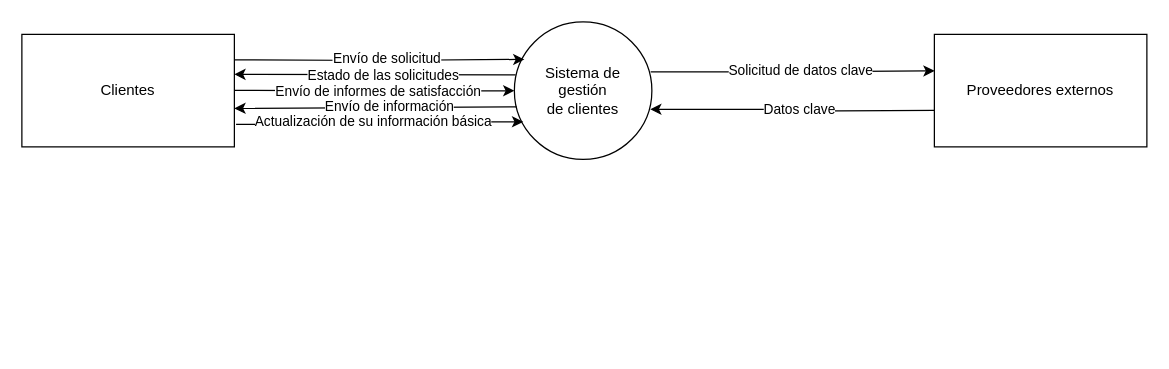
This is IngenieríaDeSoftware/Práctica 2 Actividad 2/DFDnivel0.drawio from aloantony/TrabajosEnGrupoGII-DalilaTony, a draw.io file, before an edit. Source tidied: cells renumbered, new cells numbered last; positions are measured from the earlier drawing's top-left corner, leaving out a move shared by most shapes. Both pictures are drawn from the tidied source at 125%, with x=0, y=0 at pixel (21, 21).
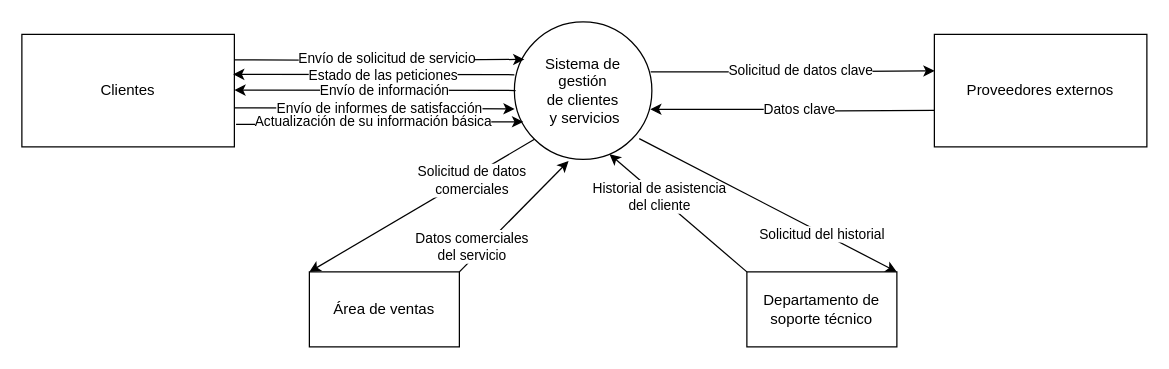
Above is the later version.

Unchanged cells that the change refers to:
```xml
<mxCell id="5" value="Clientes" style="rounded=0;whiteSpace=wrap;html=1;" parent="1" vertex="1">
  <mxGeometry y="10" width="170" height="90" as="geometry" />
</mxCell>
<mxCell id="10" style="edgeStyle=orthogonalEdgeStyle;rounded=0;orthogonalLoop=1;jettySize=auto;html=1;exitX=1.011;exitY=0.204;exitDx=0;exitDy=0;exitPerimeter=0;" parent="1" edge="1">
  <mxGeometry relative="1" as="geometry">
    <mxPoint x="170" y="30.4" as="sourcePoint" />
    <mxPoint x="402" y="30" as="targetPoint" />
  </mxGeometry>
</mxCell>
```

Change to the diagram source:
```diff
@@
-    <mxCell id="2" value="&lt;div&gt;Sistema de &lt;br&gt;&lt;/div&gt;&lt;div&gt;gestión&lt;/div&gt;&lt;div&gt;de clientes&lt;br&gt;&lt;/div&gt;" style="ellipse;whiteSpace=wrap;html=1;" parent="1" vertex="1">
+    <mxCell id="2" value="&lt;div&gt;Sistema de &lt;br&gt;&lt;/div&gt;&lt;div&gt;gestión&lt;/div&gt;&lt;div&gt;de clientes&lt;br&gt;&lt;/div&gt;&amp;nbsp;y servicios" style="ellipse;whiteSpace=wrap;html=1;" parent="1" vertex="1">
       <mxGeometry x="394" width="110" height="110" as="geometry" />
     </mxCell>
-    <mxCell id="3" style="edgeStyle=orthogonalEdgeStyle;rounded=0;orthogonalLoop=1;jettySize=auto;html=1;entryX=-0.005;entryY=0.549;entryDx=0;entryDy=0;entryPerimeter=0;" parent="1" edge="1">
-      <mxGeometry relative="1" as="geometry">
-        <mxPoint x="160.6" y="54.7" as="sourcePoint" />
-        <mxPoint x="394" y="55.1" as="targetPoint" />
-      </mxGeometry>
+    <mxCell id="3" style="edgeStyle=orthogonalEdgeStyle;rounded=0;jettySize=auto;html=1;entryX=0.002;entryY=0.633;entryDx=0;entryDy=0;entryPerimeter=0;exitX=1;exitY=0.654;exitDx=0;exitDy=0;exitPerimeter=0;" parent="1" edge="1" source="5" target="2">
+      <mxGeometry relative="1" as="geometry" />
     </mxCell>
     <mxCell id="4" value="Envío de informes de satisfacción" style="edgeLabel;html=1;align=center;verticalAlign=middle;" parent="3" vertex="1">
       <mxGeometry x="-0.26" y="-2" relative="1" as="geometry">
-        <mxPoint x="37" y="-2" as="offset" />
+        <mxPoint x="33" y="-2" as="offset" />
       </mxGeometry>
     </mxCell>
@@
-    <mxCell id="11" value="Envío de solicitud" style="edgeLabel;html=1;align=center;verticalAlign=middle;" parent="10" vertex="1">
+    <mxCell id="11" value="Envío de solicitud de servicio" style="edgeLabel;html=1;align=center;verticalAlign=middle;" parent="10" vertex="1">
       <mxGeometry x="-0.14" y="2" relative="1" as="geometry">
         <mxPoint x="21" as="offset" />
       </mxGeometry>
     </mxCell>
-    <mxCell id="12" style="endArrow=classic;html=1;rounded=0;exitX=0.009;exitY=0.385;exitDx=0;exitDy=0;exitPerimeter=0;" parent="1" edge="1" source="2">
+    <mxCell id="12" style="endArrow=classic;html=1;rounded=0;exitX=0.009;exitY=0.385;exitDx=0;exitDy=0;exitPerimeter=0;" parent="1" edge="1">
       <mxGeometry relative="1" as="geometry">
-        <mxPoint x="170" y="42" as="targetPoint" />
+        <mxPoint x="394" y="42.3" as="sourcePoint" />
+        <mxPoint x="169" y="42" as="targetPoint" />
       </mxGeometry>
     </mxCell>
-    <mxCell id="13" value="Estado de las solicitudes" style="edgeLabel;html=1;align=center;verticalAlign=middle;" parent="12" vertex="1">
+    <mxCell id="13" value="Estado de las peticiones" style="edgeLabel;html=1;align=center;verticalAlign=middle;" parent="12" vertex="1">
       <mxGeometry x="-0.12" relative="1" as="geometry">
         <mxPoint x="-7" as="offset" />
       </mxGeometry>
     </mxCell>
-    <mxCell id="14" style="endArrow=classic;html=1;rounded=0;exitX=0.016;exitY=0.618;exitDx=0;exitDy=0;exitPerimeter=0;entryX=1;entryY=0.658;entryDx=0;entryDy=0;entryPerimeter=0;" parent="1" edge="1" source="2" target="5">
-      <mxGeometry relative="1" as="geometry" />
-    </mxCell>
-    <mxCell id="15" value="Envío de información" style="edgeLabel;html=1;align=center;verticalAlign=middle;" parent="14" vertex="1">
-      <mxGeometry x="-0.1" y="-1" relative="1" as="geometry" />
-    </mxCell>
@@
+    <mxCell id="19" value="Área de ventas" style="rounded=0;whiteSpace=wrap;html=1;" parent="1" vertex="1">
+      <mxGeometry x="230" y="200" width="120" height="60" as="geometry" />
+    </mxCell>
+    <mxCell id="20" value="&lt;div&gt;Departamento de &lt;br&gt;&lt;/div&gt;&lt;div&gt;soporte técnico&lt;br&gt;&lt;/div&gt;" style="rounded=0;whiteSpace=wrap;html=1;" parent="1" vertex="1">
+      <mxGeometry x="580" y="200" width="120" height="60" as="geometry" />
+    </mxCell>
+    <mxCell id="21" style="endArrow=classic;html=1;rounded=0;entryX=0.394;entryY=1.012;entryDx=0;entryDy=0;entryPerimeter=0;exitX=1;exitY=0;exitDx=0;exitDy=0;" parent="1" edge="1" source="19" target="2">
+      <mxGeometry relative="1" as="geometry" />
+    </mxCell>
+    <mxCell id="22" value="&lt;div&gt;Datos comerciales&lt;/div&gt;&lt;div&gt;del servicio&lt;br&gt;&lt;/div&gt;" style="edgeLabel;html=1;align=center;verticalAlign=middle;" parent="21" vertex="1">
+      <mxGeometry x="0.01" y="2" relative="1" as="geometry">
+        <mxPoint x="-33" y="26" as="offset" />
+      </mxGeometry>
+    </mxCell>
+    <mxCell id="23" style="endArrow=classic;html=1;rounded=0;exitX=0;exitY=0;exitDx=0;exitDy=0;entryX=0.692;entryY=0.962;entryDx=0;entryDy=0;entryPerimeter=0;" parent="1" edge="1" source="20" target="2">
+      <mxGeometry relative="1" as="geometry" />
+    </mxCell>
+    <mxCell id="24" value="&lt;div&gt;Historial de asistencia&lt;/div&gt;&lt;div&gt;del cliente&lt;br&gt;&lt;/div&gt;" style="edgeLabel;html=1;align=center;verticalAlign=middle;" parent="23" vertex="1">
+      <mxGeometry x="-0.03" relative="1" as="geometry">
+        <mxPoint x="-17" y="-15" as="offset" />
+      </mxGeometry>
+    </mxCell>
+    <mxCell id="25" style="endArrow=classic;html=1;rounded=0;exitX=0;exitY=1;exitDx=0;exitDy=0;entryX=0;entryY=0;entryDx=0;entryDy=0;" parent="1" edge="1" source="2" target="19">
+      <mxGeometry relative="1" as="geometry" />
+    </mxCell>
+    <mxCell id="26" value="&lt;div&gt;Solicitud de datos&lt;/div&gt;&lt;div&gt;comerciales&lt;br&gt;&lt;/div&gt;" style="edgeLabel;html=1;align=center;verticalAlign=middle;" parent="25" vertex="1">
+      <mxGeometry x="-0.43" y="2" relative="1" as="geometry" />
+    </mxCell>
+    <mxCell id="27" style="endArrow=classic;html=1;rounded=0;exitX=0.908;exitY=0.849;exitDx=0;exitDy=0;entryX=1;entryY=0;entryDx=0;entryDy=0;exitPerimeter=0;" parent="1" edge="1" source="2" target="20">
+      <mxGeometry relative="1" as="geometry" />
+    </mxCell>
+    <mxCell id="28" value="Solicitud del historial" style="edgeLabel;html=1;align=center;verticalAlign=middle;" parent="27" vertex="1">
+      <mxGeometry x="0.18" y="2" relative="1" as="geometry">
+        <mxPoint x="23" y="15" as="offset" />
+      </mxGeometry>
+    </mxCell>
+    <mxCell id="29" style="endArrow=classic;html=1;rounded=0;exitX=0.009;exitY=0.385;exitDx=0;exitDy=0;exitPerimeter=0;" parent="1" edge="1">
+      <mxGeometry relative="1" as="geometry">
+        <mxPoint x="395" y="54.9" as="sourcePoint" />
+        <mxPoint x="170" y="54.6" as="targetPoint" />
+      </mxGeometry>
+    </mxCell>
+    <mxCell id="15" value="Envío de información" style="edgeLabel;html=1;align=center;verticalAlign=middle;" parent="29" vertex="1">
+      <mxGeometry x="-0.12" relative="1" as="geometry">
+        <mxPoint x="-7" as="offset" />
+      </mxGeometry>
+    </mxCell>
```
